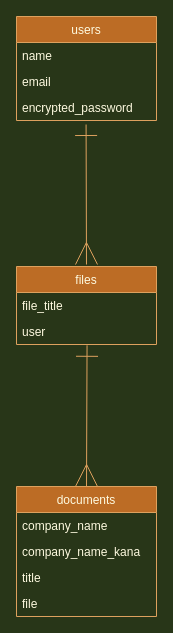
This is test.dio from onacyan2/filing-app, a draw.io file, before an edit. Source tidied: cells renumbered, new cells numbered last; positions are measured from the earlier drawing's top-left corner, leaving out a move shared by most shapes. Both pictures are drawn from the tidied source at 100%, with x=0, y=0 at pixel (16, 16).
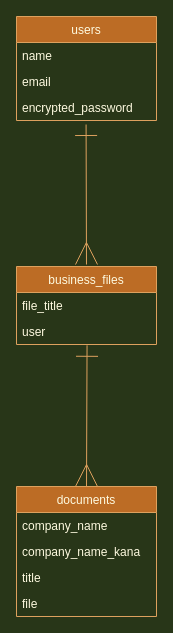
The same diagram, later.

Diff of the diagram source:
```diff
@@
 <mxGraphModel background="#283618">
   <root>
     <mxCell id="0" />
     <mxCell id="1" parent="0" />
     <mxCell id="2" value="users" style="swimlane;fontStyle=0;horizontal=1;startSize=26;fillColor=#BC6C25;strokeColor=#DDA15E;fontColor=#FEFAE0;" parent="1" vertex="1">
       <mxGeometry width="140" height="104" as="geometry" />
     </mxCell>
     <mxCell id="3" value="name" style="text;strokeColor=none;fillColor=none;align=left;verticalAlign=top;spacingLeft=4;spacingRight=4;overflow=hidden;fontColor=#FEFAE0;" parent="2" vertex="1">
       <mxGeometry y="26" width="140" height="26" as="geometry" />
     </mxCell>
     <mxCell id="4" value="email" style="text;strokeColor=none;fillColor=none;align=left;verticalAlign=top;spacingLeft=4;spacingRight=4;overflow=hidden;fontColor=#FEFAE0;" parent="2" vertex="1">
       <mxGeometry y="52" width="140" height="26" as="geometry" />
     </mxCell>
     <mxCell id="5" value="encrypted_password" style="text;strokeColor=none;fillColor=none;align=left;verticalAlign=top;spacingLeft=4;spacingRight=4;overflow=hidden;points=[[0,0.5],[1,0.5]];portConstraint=eastwest;fontColor=#FEFAE0;" parent="2" vertex="1">
       <mxGeometry y="78" width="140" height="26" as="geometry" />
     </mxCell>
     <mxCell id="6" value="documents" style="swimlane;fontStyle=0;horizontal=1;startSize=26;fillColor=#BC6C25;strokeColor=#DDA15E;fontColor=#FEFAE0;" parent="1" vertex="1">
       <mxGeometry y="470" width="140" height="130" as="geometry" />
     </mxCell>
     <mxCell id="7" value="company_name" style="text;strokeColor=none;fillColor=none;align=left;verticalAlign=top;spacingLeft=4;spacingRight=4;overflow=hidden;fontColor=#FEFAE0;" parent="6" vertex="1">
       <mxGeometry y="26" width="140" height="26" as="geometry" />
     </mxCell>
     <mxCell id="8" value="company_name_kana" style="text;strokeColor=none;fillColor=none;align=left;verticalAlign=top;spacingLeft=4;spacingRight=4;overflow=hidden;fontColor=#FEFAE0;" parent="6" vertex="1">
       <mxGeometry y="52" width="140" height="26" as="geometry" />
     </mxCell>
     <mxCell id="9" value="title" style="text;strokeColor=none;fillColor=none;align=left;verticalAlign=top;spacingLeft=4;spacingRight=4;overflow=hidden;fontColor=#FEFAE0;" parent="6" vertex="1">
       <mxGeometry y="78" width="140" height="26" as="geometry" />
     </mxCell>
     <mxCell id="10" value="file" style="text;strokeColor=none;fillColor=none;align=left;verticalAlign=top;spacingLeft=4;spacingRight=4;overflow=hidden;fontColor=#FEFAE0;" parent="6" vertex="1">
       <mxGeometry y="104" width="140" height="26" as="geometry" />
     </mxCell>
-    <mxCell id="11" value="files" style="swimlane;fontStyle=0;horizontal=1;startSize=26;fillColor=#BC6C25;strokeColor=#DDA15E;fontColor=#FEFAE0;" parent="1" vertex="1">
+    <mxCell id="11" value="business_files" style="swimlane;fontStyle=0;horizontal=1;startSize=26;fillColor=#BC6C25;strokeColor=#DDA15E;fontColor=#FEFAE0;" parent="1" vertex="1">
       <mxGeometry y="250" width="140" height="78" as="geometry" />
     </mxCell>
     <mxCell id="12" value="file_title" style="text;strokeColor=none;fillColor=none;align=left;verticalAlign=top;spacingLeft=4;spacingRight=4;overflow=hidden;fontColor=#FEFAE0;" parent="11" vertex="1">
       <mxGeometry y="26" width="140" height="26" as="geometry" />
     </mxCell>
     <mxCell id="13" value="user" style="text;strokeColor=none;fillColor=none;align=left;verticalAlign=top;spacingLeft=4;spacingRight=4;overflow=hidden;points=[[0,0.5],[1,0.5]];portConstraint=eastwest;fontColor=#FEFAE0;" parent="11" vertex="1">
       <mxGeometry y="52" width="140" height="26" as="geometry" />
     </mxCell>
     <mxCell id="14" style="endArrow=ERone;startArrow=ERmany;html=1;entryX=0.497;entryY=1.154;entryDx=0;entryDy=0;entryPerimeter=0;startFill=0;targetPerimeterSpacing=0;endSize=20;startSize=20;endFill=0;labelBackgroundColor=#283618;strokeColor=#DDA15E;fontColor=#FEFAE0;" parent="1" edge="1" target="5">
       <mxGeometry relative="1" as="geometry">
         <mxPoint x="70" y="248" as="sourcePoint" />
       </mxGeometry>
     </mxCell>
     <mxCell id="15" style="endArrow=ERone;startArrow=ERmany;html=1;startFill=0;targetPerimeterSpacing=0;endSize=20;startSize=20;endFill=0;exitX=0.5;exitY=0;exitDx=0;exitDy=0;entryX=0.504;entryY=1.031;entryDx=0;entryDy=0;entryPerimeter=0;labelBackgroundColor=#283618;strokeColor=#DDA15E;fontColor=#FEFAE0;" parent="1" edge="1" source="6" target="13">
       <mxGeometry relative="1" as="geometry" />
     </mxCell>
   </root>
 </mxGraphModel>
```
